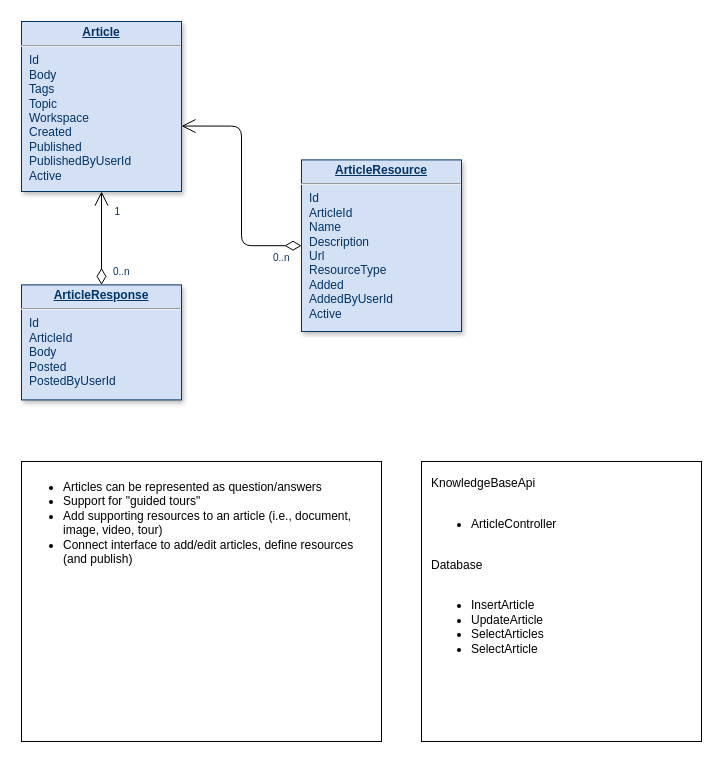
Before: Untitled Diagram.drawio in jakubkeller/cogs, a draw.io diagram. Source tidied: cells renumbered, new cells numbered last; positions are measured from the earlier drawing's top-left corner, leaving out a move shared by most shapes. Both pictures are drawn from the tidied source at 100%, with x=0, y=0 at pixel (21, 21).
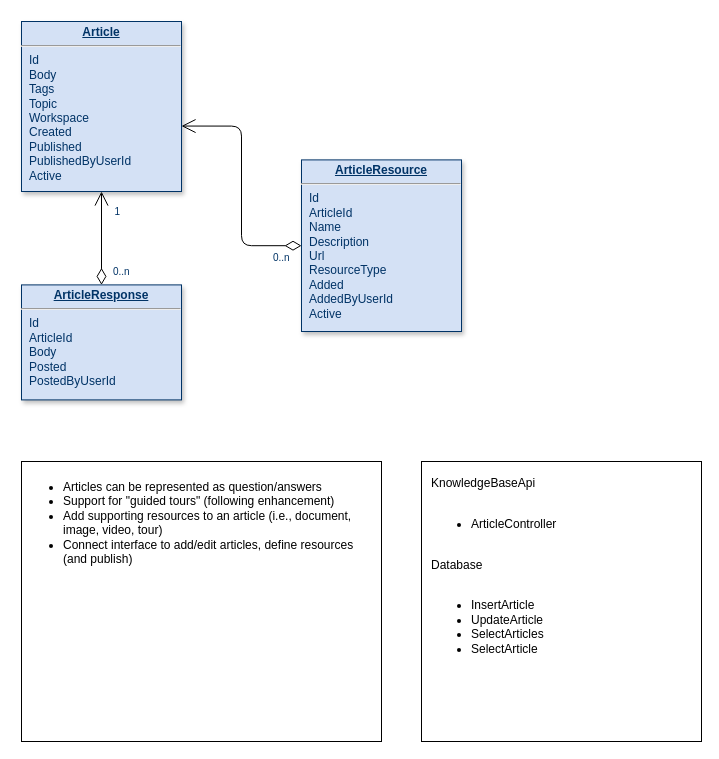
Above is the later version.

The edit, as a diff of the source:
```diff
@@
 <mxGraphModel background="#ffffff">
   <root>
     <mxCell id="0" />
     <mxCell id="1" parent="0" />
     <mxCell id="2" value="KnowledgeBaseApi&lt;br&gt;&lt;br&gt;&lt;ul&gt;&lt;li&gt;ArticleController&lt;/li&gt;&lt;/ul&gt;&lt;div&gt;&lt;br&gt;&lt;/div&gt;&lt;div&gt;Database&lt;/div&gt;&lt;div&gt;&lt;br&gt;&lt;/div&gt;&lt;div&gt;&lt;ul&gt;&lt;li&gt;InsertArticle&lt;/li&gt;&lt;li&gt;UpdateArticle&lt;/li&gt;&lt;li&gt;SelectArticles&lt;/li&gt;&lt;li&gt;SelectArticle&lt;/li&gt;&lt;/ul&gt;&lt;/div&gt;" style="whiteSpace=wrap;html=1;align=left;verticalAlign=top;spacing=10;" parent="1" vertex="1">
       <mxGeometry x="400" y="440" width="280" height="280" as="geometry" />
     </mxCell>
     <mxCell id="3" value="&lt;p style=&quot;margin: 0px ; margin-top: 4px ; text-align: center ; text-decoration: underline&quot;&gt;&lt;strong&gt;ArticleResource&lt;/strong&gt;&lt;/p&gt;&lt;hr&gt;&lt;p style=&quot;margin: 0px ; margin-left: 8px&quot;&gt;Id&lt;/p&gt;&lt;p style=&quot;margin: 0px ; margin-left: 8px&quot;&gt;ArticleId&lt;/p&gt;&lt;p style=&quot;margin: 0px ; margin-left: 8px&quot;&gt;Name&lt;/p&gt;&lt;p style=&quot;margin: 0px ; margin-left: 8px&quot;&gt;Description&lt;br&gt;Url&lt;/p&gt;&lt;p style=&quot;margin: 0px ; margin-left: 8px&quot;&gt;ResourceType&lt;/p&gt;&lt;p style=&quot;margin: 0px ; margin-left: 8px&quot;&gt;Added&lt;/p&gt;&lt;p style=&quot;margin: 0px ; margin-left: 8px&quot;&gt;AddedByUserId&lt;/p&gt;&lt;p style=&quot;margin: 0px ; margin-left: 8px&quot;&gt;Active&lt;/p&gt;" style="verticalAlign=top;align=left;overflow=fill;fontSize=12;fontFamily=Helvetica;html=1;strokeColor=#003366;shadow=1;fillColor=#D4E1F5;fontColor=#003366;" parent="1" vertex="1">
       <mxGeometry x="280" y="138.4" width="160" height="171.6" as="geometry" />
     </mxCell>
     <mxCell id="4" value="&lt;p style=&quot;margin: 0px ; margin-top: 4px ; text-align: center ; text-decoration: underline&quot;&gt;&lt;strong&gt;ArticleResponse&lt;/strong&gt;&lt;/p&gt;&lt;hr&gt;&lt;p style=&quot;margin: 0px ; margin-left: 8px&quot;&gt;Id&lt;/p&gt;&lt;p style=&quot;margin: 0px ; margin-left: 8px&quot;&gt;ArticleId&lt;/p&gt;&lt;p style=&quot;margin: 0px ; margin-left: 8px&quot;&gt;Body&lt;/p&gt;&lt;p style=&quot;margin: 0px ; margin-left: 8px&quot;&gt;Posted&lt;/p&gt;&lt;p style=&quot;margin: 0px ; margin-left: 8px&quot;&gt;PostedByUserId&lt;/p&gt;" style="verticalAlign=top;align=left;overflow=fill;fontSize=12;fontFamily=Helvetica;html=1;strokeColor=#003366;shadow=1;fillColor=#D4E1F5;fontColor=#003366;" parent="1" vertex="1">
       <mxGeometry y="263.4" width="160" height="115" as="geometry" />
     </mxCell>
     <mxCell id="5" value="&lt;p style=&quot;margin: 0px ; margin-top: 4px ; text-align: center ; text-decoration: underline&quot;&gt;&lt;b&gt;Article&lt;/b&gt;&lt;/p&gt;&lt;hr&gt;&lt;p style=&quot;margin: 0px ; margin-left: 8px&quot;&gt;Id&lt;/p&gt;&lt;p style=&quot;margin: 0px ; margin-left: 8px&quot;&gt;Body&lt;/p&gt;&lt;p style=&quot;margin: 0px ; margin-left: 8px&quot;&gt;Tags&lt;/p&gt;&lt;p style=&quot;margin: 0px ; margin-left: 8px&quot;&gt;Topic&lt;/p&gt;&lt;p style=&quot;margin: 0px ; margin-left: 8px&quot;&gt;Workspace&lt;/p&gt;&lt;p style=&quot;margin: 0px ; margin-left: 8px&quot;&gt;Created&lt;/p&gt;&lt;p style=&quot;margin: 0px ; margin-left: 8px&quot;&gt;Published&lt;/p&gt;&lt;p style=&quot;margin: 0px ; margin-left: 8px&quot;&gt;PublishedByUserId&lt;/p&gt;&lt;p style=&quot;margin: 0px ; margin-left: 8px&quot;&gt;Active&lt;/p&gt;" style="verticalAlign=top;align=left;overflow=fill;fontSize=12;fontFamily=Helvetica;html=1;strokeColor=#003366;shadow=1;fillColor=#D4E1F5;fontColor=#003366;" parent="1" vertex="1">
       <mxGeometry width="160" height="170" as="geometry" />
     </mxCell>
     <mxCell id="6" style="endArrow=open;endSize=12;startArrow=diamondThin;startSize=14;startFill=0;edgeStyle=orthogonalEdgeStyle;entryX=1;entryY=0.615;entryDx=0;entryDy=0;entryPerimeter=0;exitX=0;exitY=0.5;exitDx=0;exitDy=0;" parent="1" edge="1" source="3" target="5">
       <mxGeometry y="178.4" as="geometry" />
     </mxCell>
     <mxCell id="7" value="0..n" style="align=left;verticalAlign=top;labelBackgroundColor=#ffffff;fontSize=10;strokeColor=#003366;shadow=1;fillColor=#D4E1F5;fontColor=#003366;" parent="6" vertex="1">
       <mxGeometry x="-1" relative="1" as="geometry">
         <mxPoint x="-30" as="offset" />
       </mxGeometry>
     </mxCell>
     <mxCell id="8" style="endArrow=open;endSize=12;startArrow=diamondThin;startSize=14;startFill=0;edgeStyle=orthogonalEdgeStyle;entryX=0.5;entryY=1;entryDx=0;entryDy=0;exitX=0.5;exitY=0;exitDx=0;exitDy=0;" parent="1" edge="1" source="4" target="5">
       <mxGeometry x="620" y="358.4" as="geometry" />
     </mxCell>
     <mxCell id="9" value="0..n" style="align=left;verticalAlign=top;labelBackgroundColor=#ffffff;fontSize=10;strokeColor=#003366;shadow=1;fillColor=#D4E1F5;fontColor=#003366;" parent="8" vertex="1">
       <mxGeometry x="-1" relative="1" as="geometry">
         <mxPoint x="10" y="-25" as="offset" />
       </mxGeometry>
     </mxCell>
     <mxCell id="10" value="1" style="align=right;verticalAlign=top;labelBackgroundColor=#ffffff;fontSize=10;strokeColor=#003366;shadow=1;fillColor=#D4E1F5;fontColor=#003366;" parent="8" vertex="1">
       <mxGeometry x="1" relative="1" as="geometry">
         <mxPoint x="20" y="8" as="offset" />
       </mxGeometry>
     </mxCell>
-    <mxCell id="11" value="&lt;ul&gt;&lt;li&gt;Articles can be represented as question/answers&lt;/li&gt;&lt;li&gt;Support for &quot;guided tours&quot;&lt;/li&gt;&lt;li&gt;Add supporting resources to an article (i.e., document, image, video, tour)&lt;/li&gt;&lt;li&gt;Connect interface to add/edit articles, define resources (and publish)&lt;/li&gt;&lt;/ul&gt;" style="rounded=0;whiteSpace=wrap;html=1;align=left;verticalAlign=top;spacing=2;spacingRight=10;" parent="1" vertex="1">
+    <mxCell id="11" value="&lt;ul&gt;&lt;li&gt;Articles can be represented as question/answers&lt;/li&gt;&lt;li&gt;Support for &quot;guided tours&quot; (following enhancement)&lt;/li&gt;&lt;li&gt;Add supporting resources to an article (i.e., document, image, video, tour)&lt;/li&gt;&lt;li&gt;Connect interface to add/edit articles, define resources (and publish)&lt;/li&gt;&lt;/ul&gt;" style="rounded=0;whiteSpace=wrap;html=1;align=left;verticalAlign=top;spacing=2;spacingRight=10;" parent="1" vertex="1">
       <mxGeometry y="440" width="360" height="280" as="geometry" />
     </mxCell>
   </root>
 </mxGraphModel>
```
